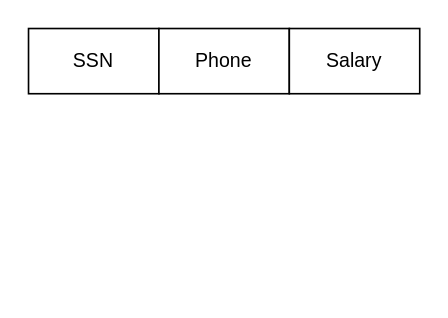
Earlier version of the draw.io diagram fkpktk/bai1sql_b.drawio (frozenproof/dactaphanmem). Source tidied: cells renumbered, new cells numbered last; positions are measured from the earlier drawing's top-left corner, leaving out a move shared by most shapes. Both pictures are drawn from the tidied source at 163%, with x=0, y=0 at pixel (28, 28).
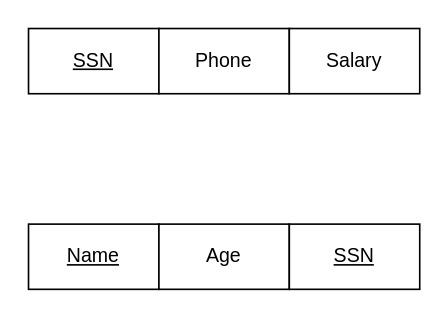
The same diagram, later.

The edit, as a diff of the source:
```diff
@@
 <mxGraphModel>
   <root>
     <mxCell id="0" />
     <mxCell id="1" parent="0" />
-    <mxCell id="2" value="SSN" style="rounded=0;whiteSpace=wrap;html=1;" parent="1" vertex="1">
+    <mxCell id="2" value="SSN" style="rounded=0;whiteSpace=wrap;html=1;fontStyle=4;" parent="1" vertex="1">
       <mxGeometry width="80" height="40" as="geometry" />
     </mxCell>
     <mxCell id="3" value="Phone" style="rounded=0;whiteSpace=wrap;html=1;" parent="1" vertex="1">
       <mxGeometry x="80" width="80" height="40" as="geometry" />
     </mxCell>
     <mxCell id="4" value="Salary" style="rounded=0;whiteSpace=wrap;html=1;" parent="1" vertex="1">
       <mxGeometry x="160" width="80" height="40" as="geometry" />
     </mxCell>
+    <mxCell id="5" value="Name" style="rounded=0;whiteSpace=wrap;html=1;fontStyle=4;" parent="1" vertex="1">
+      <mxGeometry y="120" width="80" height="40" as="geometry" />
+    </mxCell>
+    <mxCell id="6" value="Age" style="rounded=0;whiteSpace=wrap;html=1;" parent="1" vertex="1">
+      <mxGeometry x="80" y="120" width="80" height="40" as="geometry" />
+    </mxCell>
+    <mxCell id="7" value="SSN" style="rounded=0;whiteSpace=wrap;html=1;fontStyle=4;" parent="1" vertex="1">
+      <mxGeometry x="160" y="120" width="80" height="40" as="geometry" />
+    </mxCell>
   </root>
 </mxGraphModel>
```
